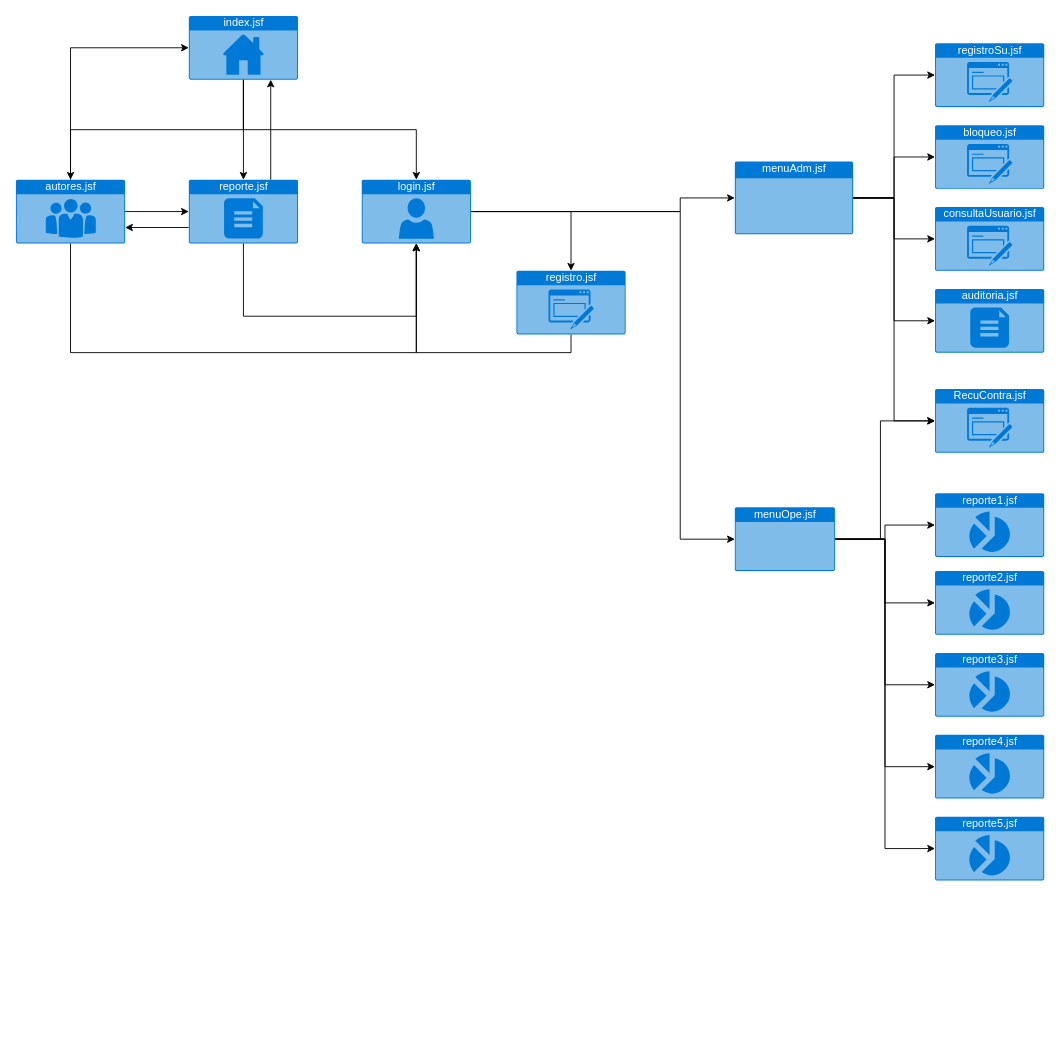
The draw.io diagram documentacion/mapaNavegacion.drawio in nicasop/PROYECTO_INTEGRADOR_P58, before the edit. Source tidied: cells renumbered, new cells numbered last; positions are measured from the earlier drawing's top-left corner, leaving out a move shared by most shapes. Both pictures are drawn from the tidied source at 91%, with x=0, y=0 at pixel (15, 15).
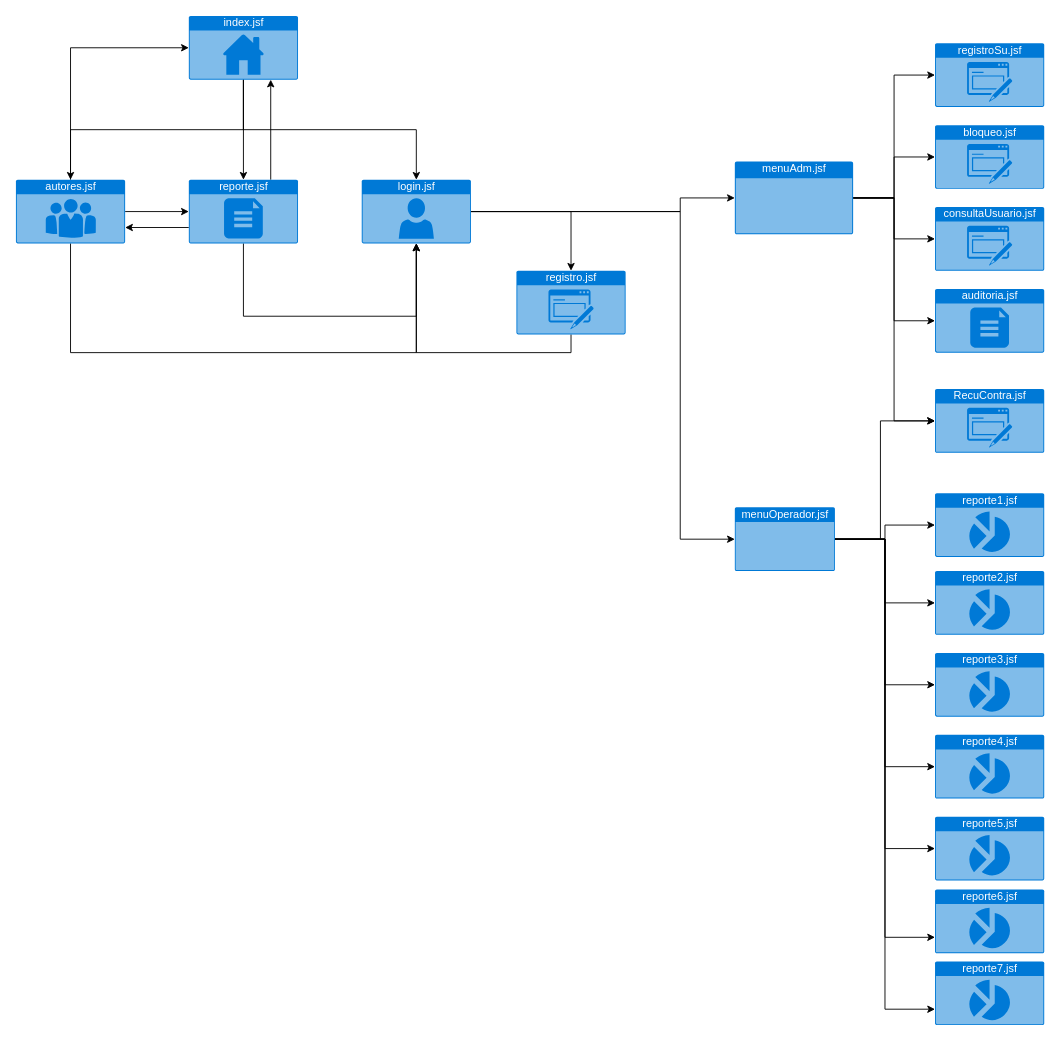
Above is the later version.

Change to the diagram source:
```diff
@@
+    <mxCell id="43" style="edgeStyle=orthogonalEdgeStyle;rounded=0;jettySize=auto;html=1;exitX=1;exitY=0.5;exitDx=0;exitDy=0;exitPerimeter=0;entryX=0;entryY=0.75;entryDx=0;entryDy=0;entryPerimeter=0;" parent="1" edge="1" source="33" target="45">
+      <mxGeometry relative="1" as="geometry" />
+    </mxCell>
+    <mxCell id="44" style="edgeStyle=orthogonalEdgeStyle;rounded=0;jettySize=auto;html=1;exitX=1;exitY=0.5;exitDx=0;exitDy=0;exitPerimeter=0;entryX=0;entryY=0.75;entryDx=0;entryDy=0;entryPerimeter=0;" parent="1" edge="1" source="33" target="46">
+      <mxGeometry relative="1" as="geometry" />
+    </mxCell>
-    <mxCell id="33" value="menuOpe.jsf" style="html=1;strokeColor=none;fillColor=#0079D6;labelPosition=center;verticalLabelPosition=middle;verticalAlign=top;align=center;fontSize=12;outlineConnect=0;spacingTop=-6;fontColor=#FFFFFF;shape=mxgraph.sitemap.page;" parent="1" vertex="1">
+    <mxCell id="33" value="menuOperador.jsf" style="html=1;strokeColor=none;fillColor=#0079D6;labelPosition=center;verticalLabelPosition=middle;verticalAlign=top;align=center;fontSize=12;outlineConnect=0;spacingTop=-6;fontColor=#FFFFFF;shape=mxgraph.sitemap.page;" parent="1" vertex="1">
       <mxGeometry x="790" y="540" width="110" height="70" as="geometry" />
     </mxCell>
@@
+    <mxCell id="45" value="reporte6.jsf" style="html=1;strokeColor=none;fillColor=#0079D6;labelPosition=center;verticalLabelPosition=middle;verticalAlign=top;align=center;fontSize=12;outlineConnect=0;spacingTop=-6;fontColor=#FFFFFF;shape=mxgraph.sitemap.chart;" parent="1" vertex="1">
+      <mxGeometry x="1010" y="960" width="120" height="70" as="geometry" />
+    </mxCell>
+    <mxCell id="46" value="reporte7.jsf" style="html=1;strokeColor=none;fillColor=#0079D6;labelPosition=center;verticalLabelPosition=middle;verticalAlign=top;align=center;fontSize=12;outlineConnect=0;spacingTop=-6;fontColor=#FFFFFF;shape=mxgraph.sitemap.chart;" parent="1" vertex="1">
+      <mxGeometry x="1010" y="1039" width="120" height="70" as="geometry" />
+    </mxCell>
```
